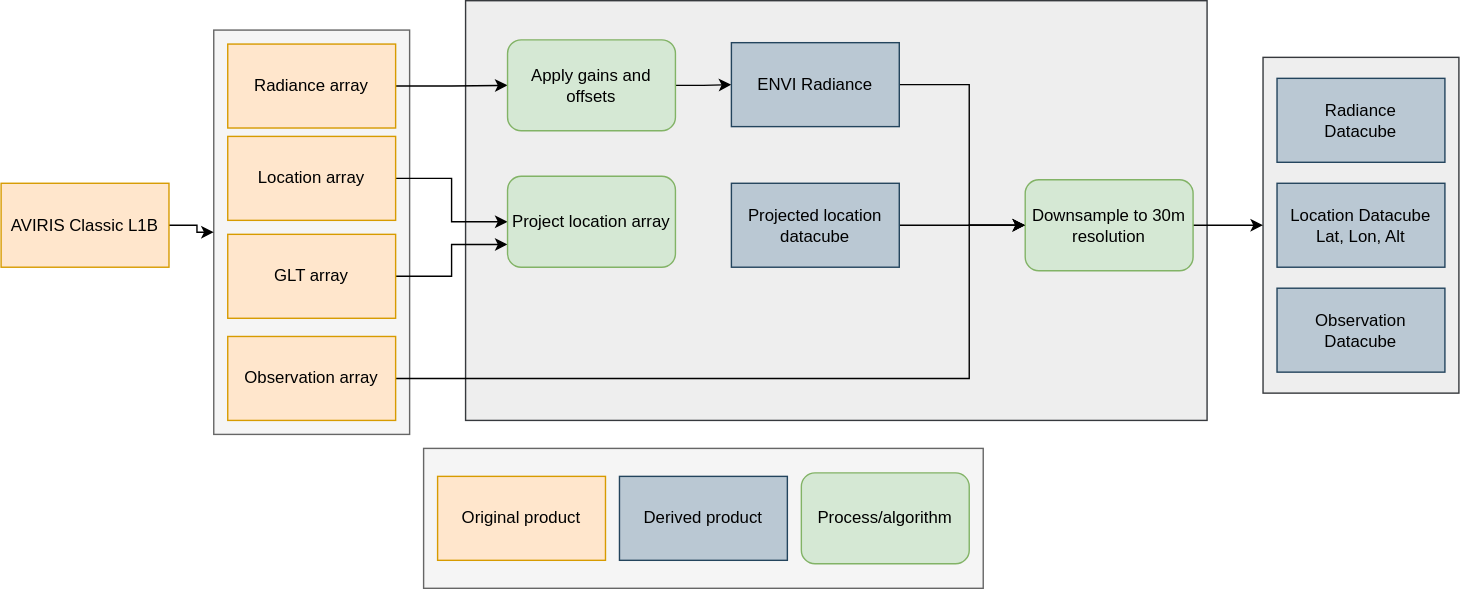
sister-jpl/sister-preprocess keeps this draw.io diagram as figures/avcl_workflow.svg. Above is the earlier version. Source tidied: cells renumbered, new cells last; positions are measured from the earlier drawing's top-left corner, leaving out a move shared by most shapes.
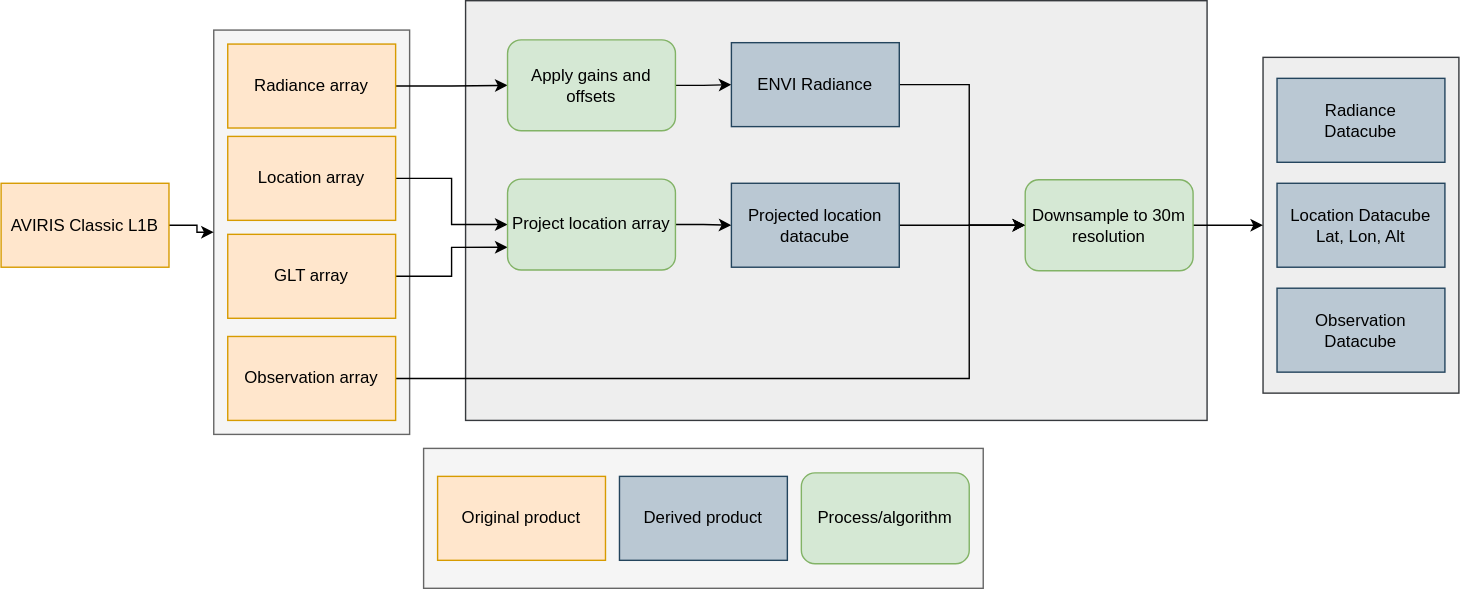
The same file after the commit.

Commit message:
Updated AVCL workflow

Diff of the diagram source:
```diff
@@ -90,8 +90,11 @@
     <mxCell id="27" value="Observation array" style="rounded=0;whiteSpace=wrap;html=1;fillColor=#ffe6cc;strokeColor=#d79b00;" parent="1" vertex="1">
       <mxGeometry x="162" y="240" width="120" height="60" as="geometry" />
     </mxCell>
+    <mxCell id="33" style="edgeStyle=orthogonalEdgeStyle;rounded=0;jettySize=auto;html=1;" parent="1" edge="1" source="28" target="32">
+      <mxGeometry relative="1" as="geometry" />
+    </mxCell>
     <mxCell id="28" value="Project location array" style="rounded=1;whiteSpace=wrap;html=1;fillColor=#d5e8d4;strokeColor=#82b366;" parent="1" vertex="1">
-      <mxGeometry x="362" y="125.5" width="120" height="65" as="geometry" />
+      <mxGeometry x="362" y="127.5" width="120" height="65" as="geometry" />
     </mxCell>
     <mxCell id="29" style="edgeStyle=orthogonalEdgeStyle;rounded=0;jettySize=auto;html=1;entryX=0;entryY=0.5;entryDx=0;entryDy=0;" parent="1" edge="1" source="30" target="17">
       <mxGeometry relative="1" as="geometry" />
```
